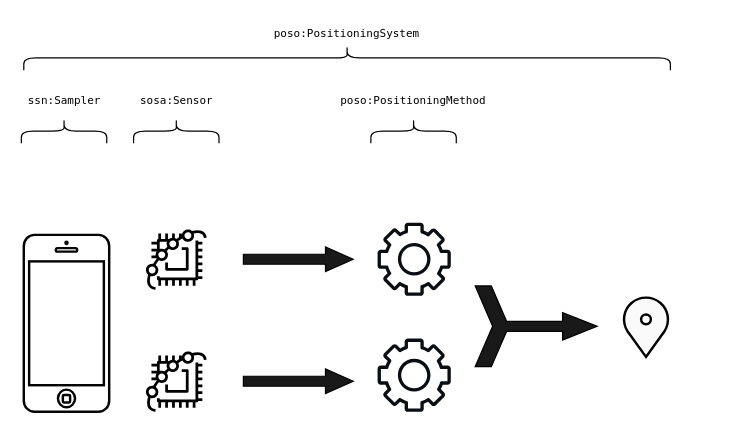
This is page "Page-2" (2 of 5) of docs/images/architecture.drawio from OpenHPS/POSO, a draw.io file, before an edit. Source tidied: cells renumbered, new cells numbered last; positions are measured from the earlier drawing's top-left corner, leaving out a move shared by most shapes. Both pictures are drawn from the tidied source at 122%, with x=0, y=0 at pixel (23, -266).
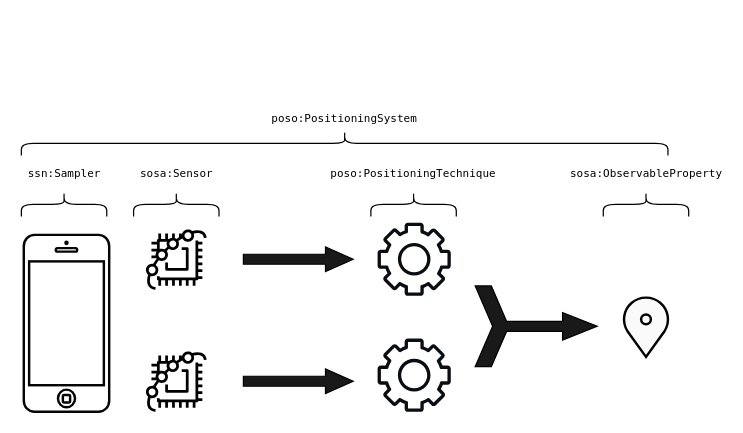
The same page after the edit.

Change to the diagram source:
```diff
@@
     <mxCell id="12" style="shape=curlyBracket;whiteSpace=wrap;html=1;rounded=1;shadow=0;strokeWidth=1;fillColor=none;rotation=90;" parent="1" vertex="1">
-      <mxGeometry x="255" width="20" height="530" as="geometry" />
+      <mxGeometry x="253" y="70" width="20" height="530" as="geometry" />
     </mxCell>
     <mxCell id="13" value="poso:PositioningSystem" style="text;html=1;strokeColor=none;fillColor=none;align=center;verticalAlign=middle;whiteSpace=wrap;rounded=0;shadow=0;fontSize=9;fontFamily=Lucida Console;" parent="1" vertex="1">
-      <mxGeometry x="178" y="235" width="174" height="20" as="geometry" />
+      <mxGeometry x="176" y="305" width="174" height="20" as="geometry" />
     </mxCell>
     <mxCell id="14" style="shape=curlyBracket;whiteSpace=wrap;html=1;rounded=1;shadow=0;strokeWidth=1;fillColor=none;rotation=90;" parent="1" vertex="1">
-      <mxGeometry x="23" y="290" width="20" height="70" as="geometry" />
+      <mxGeometry x="23" y="350" width="20" height="70" as="geometry" />
     </mxCell>
     <mxCell id="15" value="ssn:Sampler" style="text;html=1;strokeColor=none;fillColor=none;align=center;verticalAlign=middle;whiteSpace=wrap;rounded=0;shadow=0;fontSize=9;fontFamily=Lucida Console;" parent="1" vertex="1">
-      <mxGeometry x="2.5" y="290" width="61" height="20" as="geometry" />
+      <mxGeometry x="2.5" y="350" width="61" height="20" as="geometry" />
     </mxCell>
     <mxCell id="16" style="shape=curlyBracket;whiteSpace=wrap;html=1;rounded=1;shadow=0;strokeWidth=1;fillColor=none;rotation=90;" parent="1" vertex="1">
-      <mxGeometry x="115" y="290" width="20" height="70" as="geometry" />
+      <mxGeometry x="115" y="350" width="20" height="70" as="geometry" />
     </mxCell>
     <mxCell id="17" value="sosa:Sensor" style="text;html=1;strokeColor=none;fillColor=none;align=center;verticalAlign=middle;whiteSpace=wrap;rounded=0;shadow=0;fontSize=9;fontFamily=Lucida Console;" parent="1" vertex="1">
-      <mxGeometry x="94.5" y="290" width="61" height="20" as="geometry" />
+      <mxGeometry x="94.5" y="350" width="61" height="20" as="geometry" />
     </mxCell>
     <mxCell id="18" style="shape=curlyBracket;whiteSpace=wrap;html=1;rounded=1;shadow=0;strokeWidth=1;fillColor=none;rotation=90;" parent="1" vertex="1">
-      <mxGeometry x="309.5" y="290" width="20" height="70" as="geometry" />
+      <mxGeometry x="309.5" y="350" width="20" height="70" as="geometry" />
     </mxCell>
-    <mxCell id="19" value="poso:PositioningMethod" style="text;html=1;strokeColor=none;fillColor=none;align=center;verticalAlign=middle;whiteSpace=wrap;rounded=0;shadow=0;fontSize=9;fontFamily=Lucida Console;" parent="1" vertex="1">
-      <mxGeometry x="289" y="290" width="61" height="20" as="geometry" />
+    <mxCell id="19" value="poso:PositioningTechnique" style="text;html=1;strokeColor=none;fillColor=none;align=center;verticalAlign=middle;whiteSpace=wrap;rounded=0;shadow=0;fontSize=9;fontFamily=Lucida Console;" parent="1" vertex="1">
+      <mxGeometry x="289" y="350" width="61" height="20" as="geometry" />
     </mxCell>
+    <mxCell id="20" style="shape=curlyBracket;whiteSpace=wrap;html=1;rounded=1;shadow=0;strokeWidth=1;fillColor=none;rotation=90;" parent="1" vertex="1">
+      <mxGeometry x="500" y="350" width="20" height="70" as="geometry" />
+    </mxCell>
+    <mxCell id="21" value="sosa:ObservableProperty" style="text;html=1;strokeColor=none;fillColor=none;align=center;verticalAlign=middle;whiteSpace=wrap;rounded=0;shadow=0;fontSize=9;fontFamily=Lucida Console;" parent="1" vertex="1">
+      <mxGeometry x="479.5" y="350" width="61" height="20" as="geometry" />
+    </mxCell>
```
